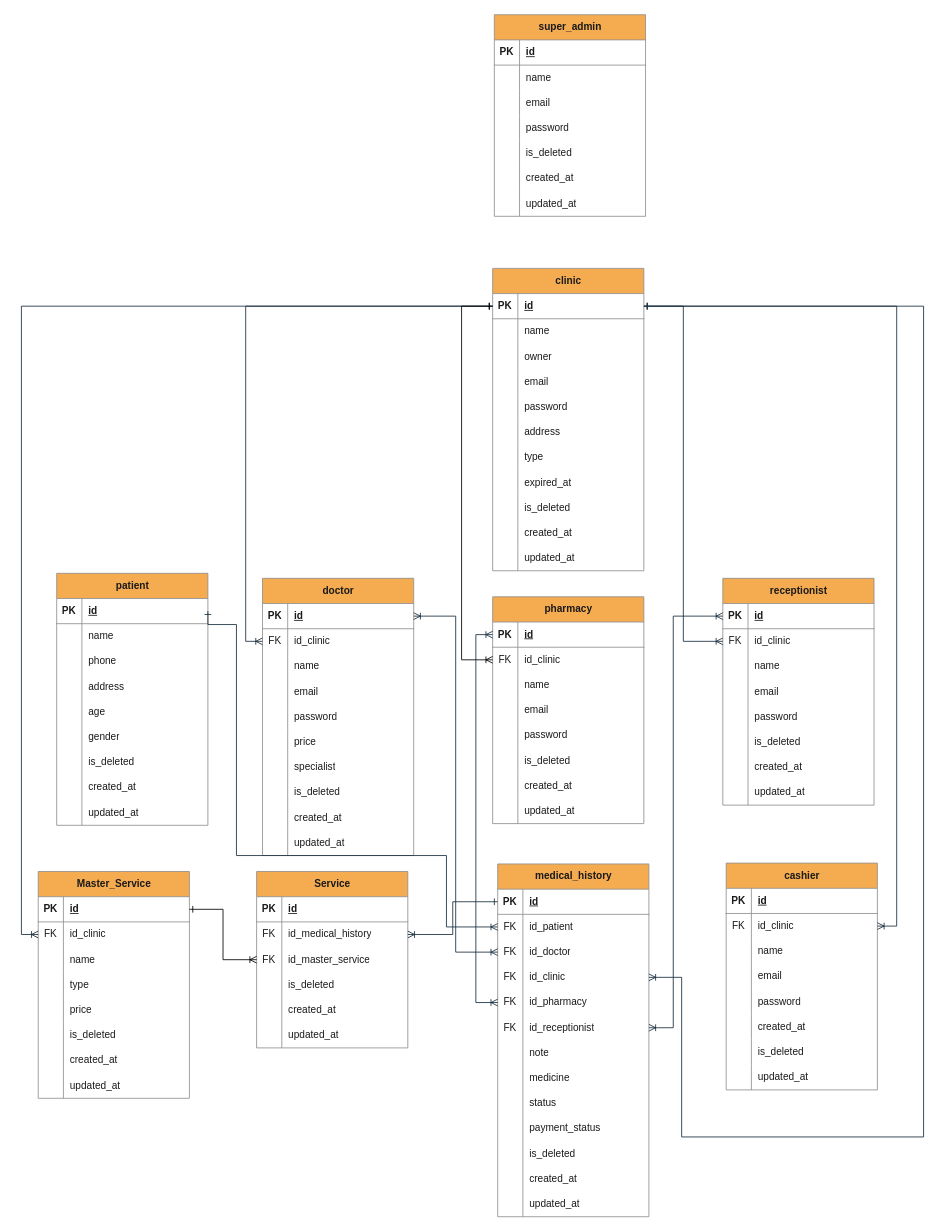
rrahmatn/dfd_erd_uml keeps this draw.io diagram as erd_klinik.drawio. Above is the earlier version. Source tidied: cells renumbered, new cells numbered last; positions are measured from the earlier drawing's top-left corner, leaving out a move shared by most shapes. Both pictures are drawn from the tidied source at 84%, with x=0, y=0 at pixel (38, 14).
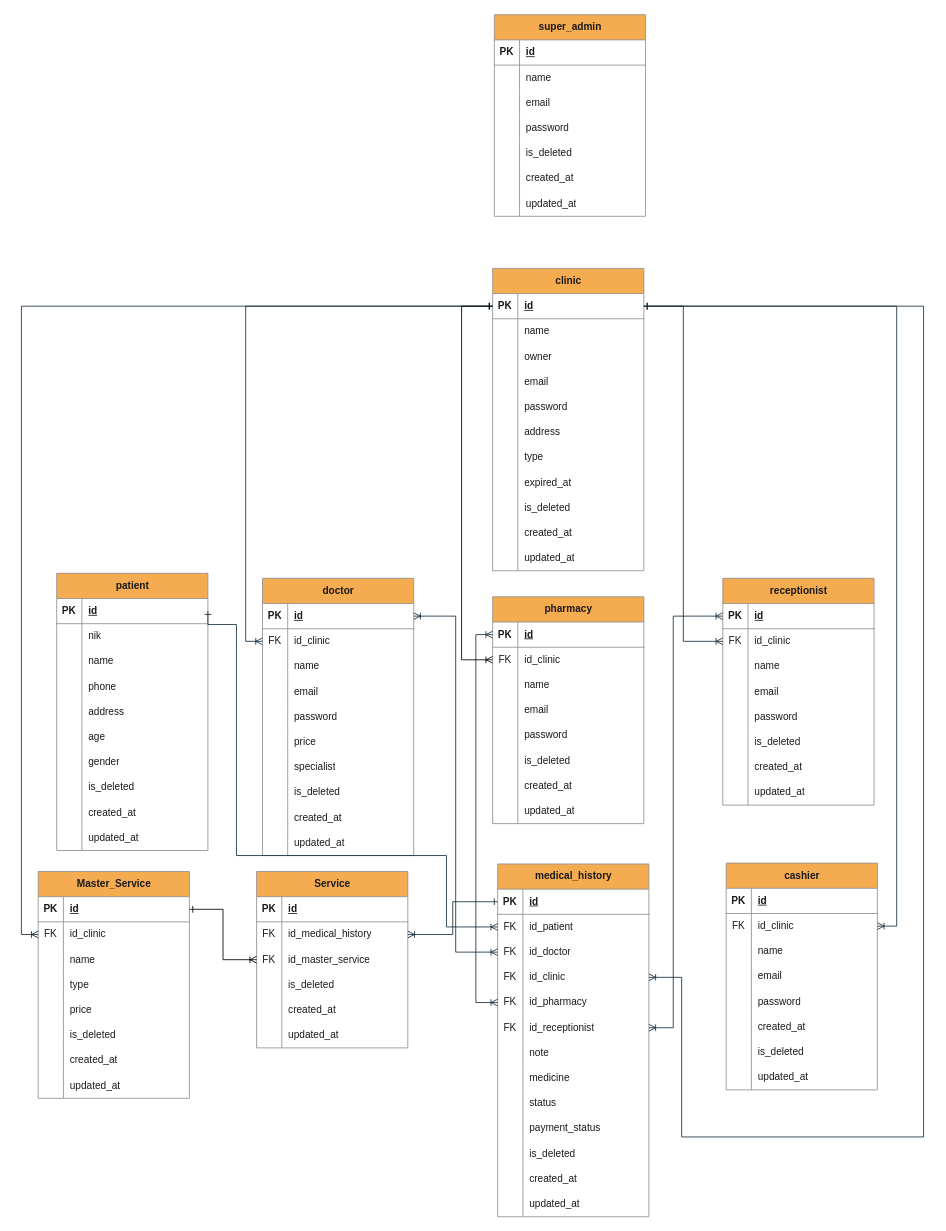
After the change.

The edit, as a diff of the source:
```diff
@@
     <mxCell id="67" value="patient" style="shape=table;startSize=30;childLayout=tableLayout;rowLines=0;fontStyle=1;align=center;html=1;labelBackgroundColor=none;fillColor=#F5AB50;strokeColor=#909090;fontColor=#1A1A1A;" parent="1" vertex="1">
-      <mxGeometry x="22" y="665" width="180" height="300" as="geometry" />
+      <mxGeometry x="22" y="665" width="180" height="330" as="geometry" />
     </mxCell>
@@
+    <mxCell id="288" style="shape=tableRow;horizontal=0;startSize=0;swimlaneHead=0;swimlaneBody=0;fillColor=none;top=0;left=0;right=0;bottom=0;labelBackgroundColor=none;strokeColor=#909090;fontColor=#1A1A1A;" parent="67" vertex="1">
+      <mxGeometry y="60" width="180" height="30" as="geometry" />
+    </mxCell>
+    <mxCell id="289" style="shape=partialRectangle;fillColor=none;top=0;left=0;bottom=0;right=0;overflow=hidden;whiteSpace=wrap;html=1;labelBackgroundColor=none;strokeColor=#909090;fontColor=#1A1A1A;" parent="288" vertex="1">
+      <mxGeometry width="30" height="30" as="geometry" />
+    </mxCell>
+    <mxCell id="290" value="nik" style="shape=partialRectangle;fillColor=none;top=0;left=0;bottom=0;right=0;align=left;spacingLeft=6;overflow=hidden;whiteSpace=wrap;html=1;labelBackgroundColor=none;strokeColor=#909090;fontColor=#1A1A1A;" parent="288" vertex="1">
+      <mxGeometry x="30" width="150" height="30" as="geometry" />
+    </mxCell>
     <mxCell id="71" style="shape=tableRow;horizontal=0;startSize=0;swimlaneHead=0;swimlaneBody=0;fillColor=none;top=0;left=0;right=0;bottom=0;labelBackgroundColor=none;strokeColor=#909090;fontColor=#1A1A1A;" parent="67" vertex="1">
-      <mxGeometry y="60" width="180" height="30" as="geometry" />
+      <mxGeometry y="90" width="180" height="30" as="geometry" />
     </mxCell>
@@
     <mxCell id="74" style="shape=tableRow;horizontal=0;startSize=0;swimlaneHead=0;swimlaneBody=0;fillColor=none;top=0;left=0;right=0;bottom=0;labelBackgroundColor=none;strokeColor=#909090;fontColor=#1A1A1A;" parent="67" vertex="1">
-      <mxGeometry y="90" width="180" height="30" as="geometry" />
+      <mxGeometry y="120" width="180" height="30" as="geometry" />
     </mxCell>
@@
     <mxCell id="77" style="shape=tableRow;horizontal=0;startSize=0;swimlaneHead=0;swimlaneBody=0;fillColor=none;top=0;left=0;right=0;bottom=0;labelBackgroundColor=none;strokeColor=#909090;fontColor=#1A1A1A;" parent="67" vertex="1">
-      <mxGeometry y="120" width="180" height="30" as="geometry" />
+      <mxGeometry y="150" width="180" height="30" as="geometry" />
     </mxCell>
@@
     <mxCell id="80" style="shape=tableRow;horizontal=0;startSize=0;swimlaneHead=0;swimlaneBody=0;fillColor=none;top=0;left=0;right=0;bottom=0;labelBackgroundColor=none;strokeColor=#909090;fontColor=#1A1A1A;" parent="67" vertex="1">
-      <mxGeometry y="150" width="180" height="30" as="geometry" />
+      <mxGeometry y="180" width="180" height="30" as="geometry" />
     </mxCell>
@@
     <mxCell id="83" style="shape=tableRow;horizontal=0;startSize=0;swimlaneHead=0;swimlaneBody=0;fillColor=none;top=0;left=0;right=0;bottom=0;labelBackgroundColor=none;strokeColor=#909090;fontColor=#1A1A1A;" parent="67" vertex="1">
-      <mxGeometry y="180" width="180" height="30" as="geometry" />
+      <mxGeometry y="210" width="180" height="30" as="geometry" />
     </mxCell>
@@
     <mxCell id="86" style="shape=tableRow;horizontal=0;startSize=0;swimlaneHead=0;swimlaneBody=0;fillColor=none;top=0;left=0;right=0;bottom=0;labelBackgroundColor=none;strokeColor=#909090;fontColor=#1A1A1A;" parent="67" vertex="1">
-      <mxGeometry y="210" width="180" height="30" as="geometry" />
+      <mxGeometry y="240" width="180" height="30" as="geometry" />
     </mxCell>
@@
     <mxCell id="89" style="shape=tableRow;horizontal=0;startSize=0;swimlaneHead=0;swimlaneBody=0;fillColor=none;top=0;left=0;right=0;bottom=0;labelBackgroundColor=none;strokeColor=#909090;fontColor=#1A1A1A;" parent="67" vertex="1">
-      <mxGeometry y="240" width="180" height="30" as="geometry" />
+      <mxGeometry y="270" width="180" height="30" as="geometry" />
     </mxCell>
@@
     <mxCell id="92" style="shape=tableRow;horizontal=0;startSize=0;swimlaneHead=0;swimlaneBody=0;fillColor=none;top=0;left=0;right=0;bottom=0;labelBackgroundColor=none;strokeColor=#909090;fontColor=#1A1A1A;" parent="67" vertex="1">
-      <mxGeometry y="270" width="180" height="30" as="geometry" />
+      <mxGeometry y="300" width="180" height="30" as="geometry" />
     </mxCell>
```
